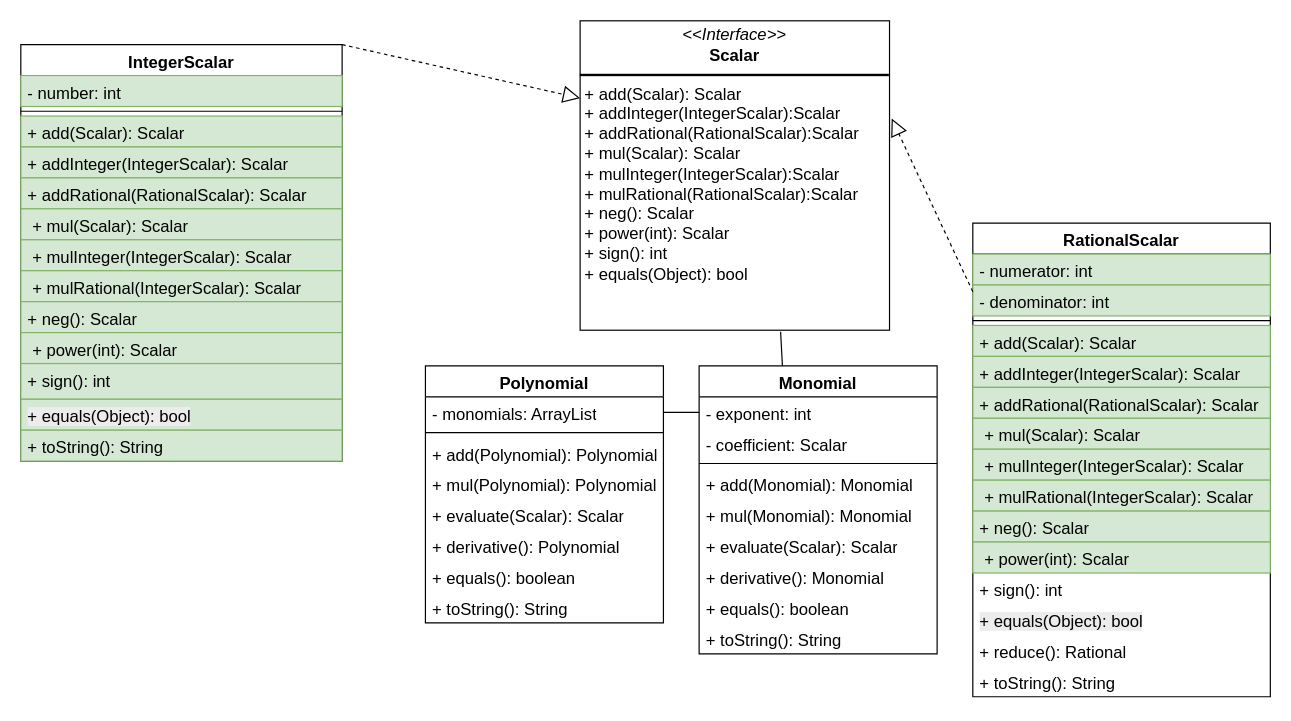
The draw.io diagram Assignment1p.drawio in avihayabramov283/Assignment1, before the edit. Source tidied: cells renumbered, new cells numbered last; positions are measured from the earlier drawing's top-left corner, leaving out a move shared by most shapes. Both pictures are drawn from the tidied source at 119%, with x=0, y=0 at pixel (20, 20).
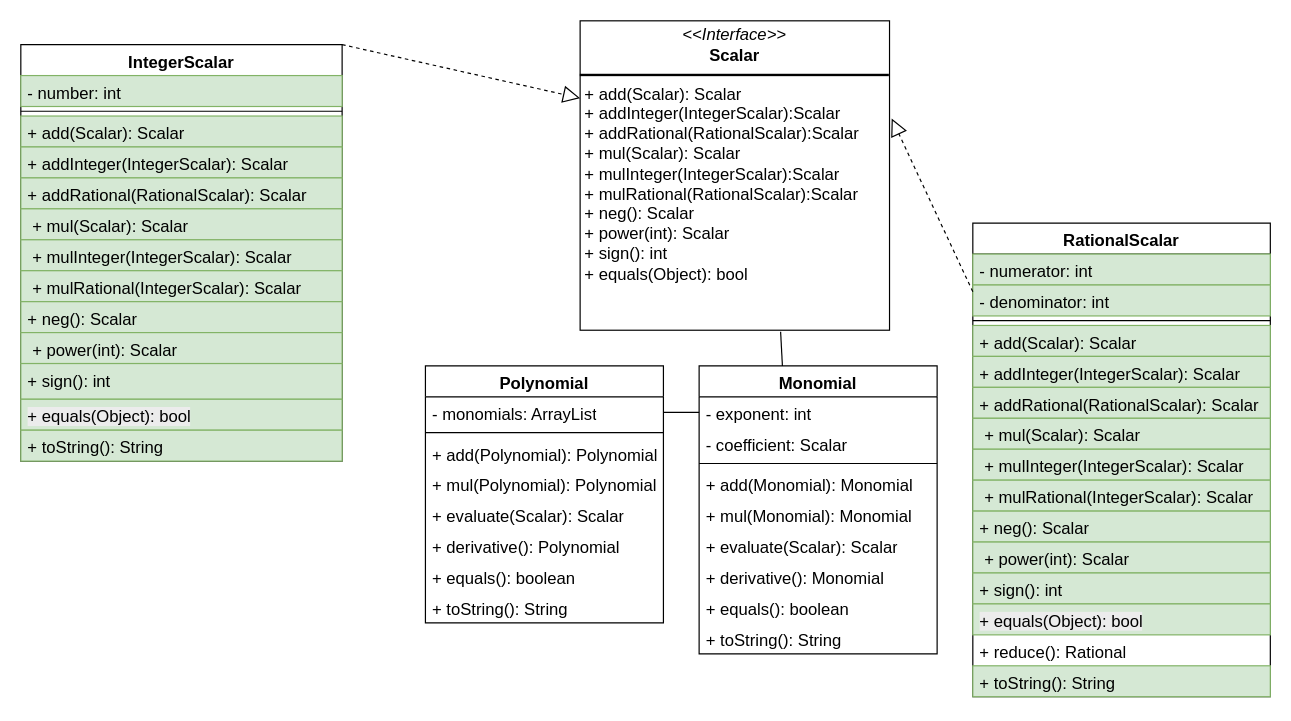
After the change.

Unchanged cells that the change refers to:
```xml
<mxCell id="36" value="RationalScalar" style="swimlane;fontStyle=1;align=center;verticalAlign=top;horizontal=1;startSize=26;whiteSpace=wrap;html=1;fontSize=14;" parent="1" vertex="1">
  <mxGeometry x="800" y="170" width="250" height="398" as="geometry" />
</mxCell>
```

The edit, as a diff of the source:
```diff
@@
-    <mxCell id="48" value="&lt;span&gt;+ sign(): int&lt;/span&gt;" style="text;strokeColor=none;fillColor=none;align=left;verticalAlign=top;spacingLeft=4;spacingRight=4;overflow=hidden;whiteSpace=wrap;html=1;fontSize=14;" parent="36" vertex="1">
+    <mxCell id="48" value="&lt;span&gt;+ sign(): int&lt;/span&gt;" style="text;strokeColor=#82b366;fillColor=#d5e8d4;align=left;verticalAlign=top;spacingLeft=4;spacingRight=4;overflow=hidden;whiteSpace=wrap;html=1;fontSize=14;" parent="36" vertex="1">
       <mxGeometry y="294" width="250" height="26" as="geometry" />
     </mxCell>
-    <mxCell id="49" value="&lt;span style=&quot;color: rgb(0, 0, 0); font-family: Helvetica; font-style: normal; font-variant-ligatures: normal; font-variant-caps: normal; font-weight: 400; letter-spacing: normal; orphans: 2; text-align: left; text-indent: 0px; text-transform: none; widows: 2; word-spacing: 0px; -webkit-text-stroke-width: 0px; white-space: normal; background-color: rgb(236, 236, 236); text-decoration-thickness: initial; text-decoration-style: initial; text-decoration-color: initial; float: none; display: inline !important;&quot;&gt;+ equals(Object): bool&lt;/span&gt;" style="text;strokeColor=none;fillColor=none;align=left;verticalAlign=top;spacingLeft=4;spacingRight=4;overflow=hidden;whiteSpace=wrap;html=1;fontSize=14;" parent="36" vertex="1">
+    <mxCell id="49" value="&lt;span style=&quot;color: rgb(0, 0, 0); font-family: Helvetica; font-style: normal; font-variant-ligatures: normal; font-variant-caps: normal; font-weight: 400; letter-spacing: normal; orphans: 2; text-align: left; text-indent: 0px; text-transform: none; widows: 2; word-spacing: 0px; -webkit-text-stroke-width: 0px; white-space: normal; background-color: rgb(236, 236, 236); text-decoration-thickness: initial; text-decoration-style: initial; text-decoration-color: initial; float: none; display: inline !important;&quot;&gt;+ equals(Object): bool&lt;/span&gt;" style="text;strokeColor=#82b366;fillColor=#d5e8d4;align=left;verticalAlign=top;spacingLeft=4;spacingRight=4;overflow=hidden;whiteSpace=wrap;html=1;fontSize=14;" parent="36" vertex="1">
       <mxGeometry y="320" width="250" height="26" as="geometry" />
     </mxCell>
@@
-    <mxCell id="51" value="+ toString(): String" style="text;strokeColor=none;fillColor=none;align=left;verticalAlign=top;spacingLeft=4;spacingRight=4;overflow=hidden;whiteSpace=wrap;html=1;fontSize=14;" parent="36" vertex="1">
+    <mxCell id="51" value="+ toString(): String" style="text;strokeColor=#82b366;fillColor=#d5e8d4;align=left;verticalAlign=top;spacingLeft=4;spacingRight=4;overflow=hidden;whiteSpace=wrap;html=1;fontSize=14;" parent="36" vertex="1">
       <mxGeometry y="372" width="250" height="26" as="geometry" />
     </mxCell>
```
